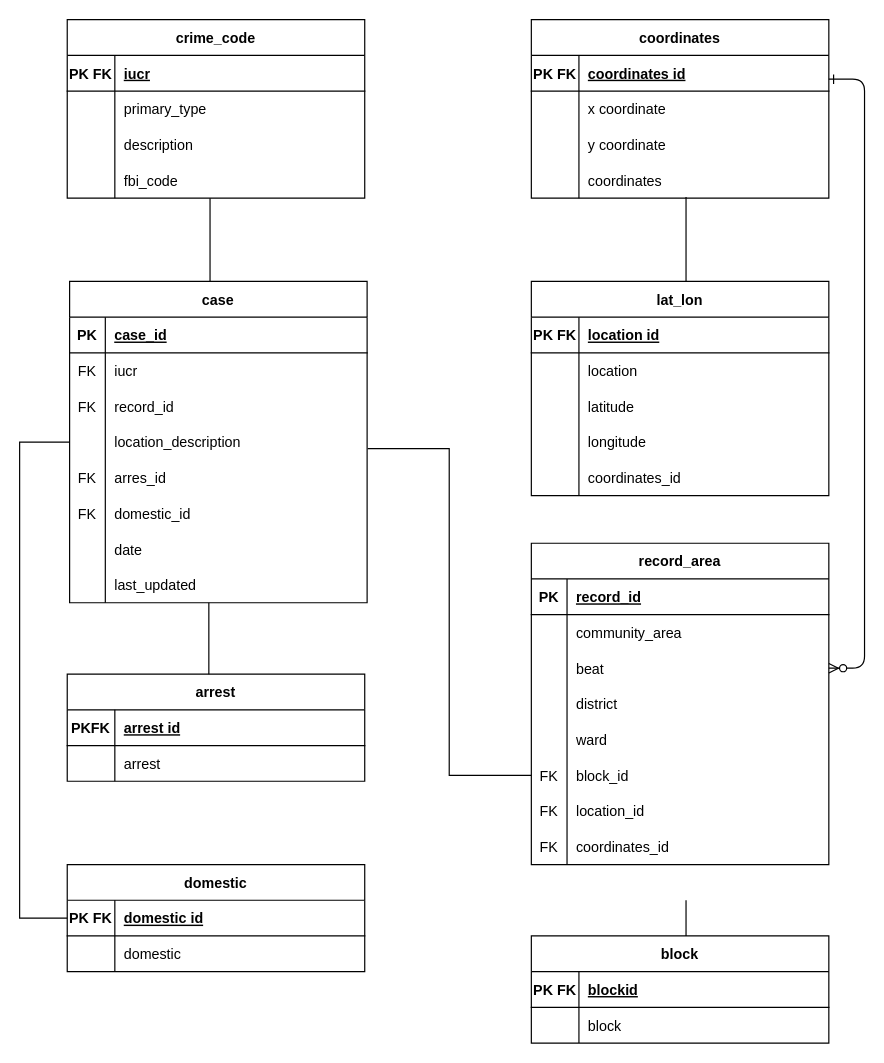
karenlrl/Data-Story keeps this draw.io diagram as mod7.drawio. Above is the earlier version. Source tidied: cells renumbered, new cells numbered last; positions are measured from the earlier drawing's top-left corner, leaving out a move shared by most shapes. Both pictures are drawn from the tidied source at 119%, with x=0, y=0 at pixel (19, 19).
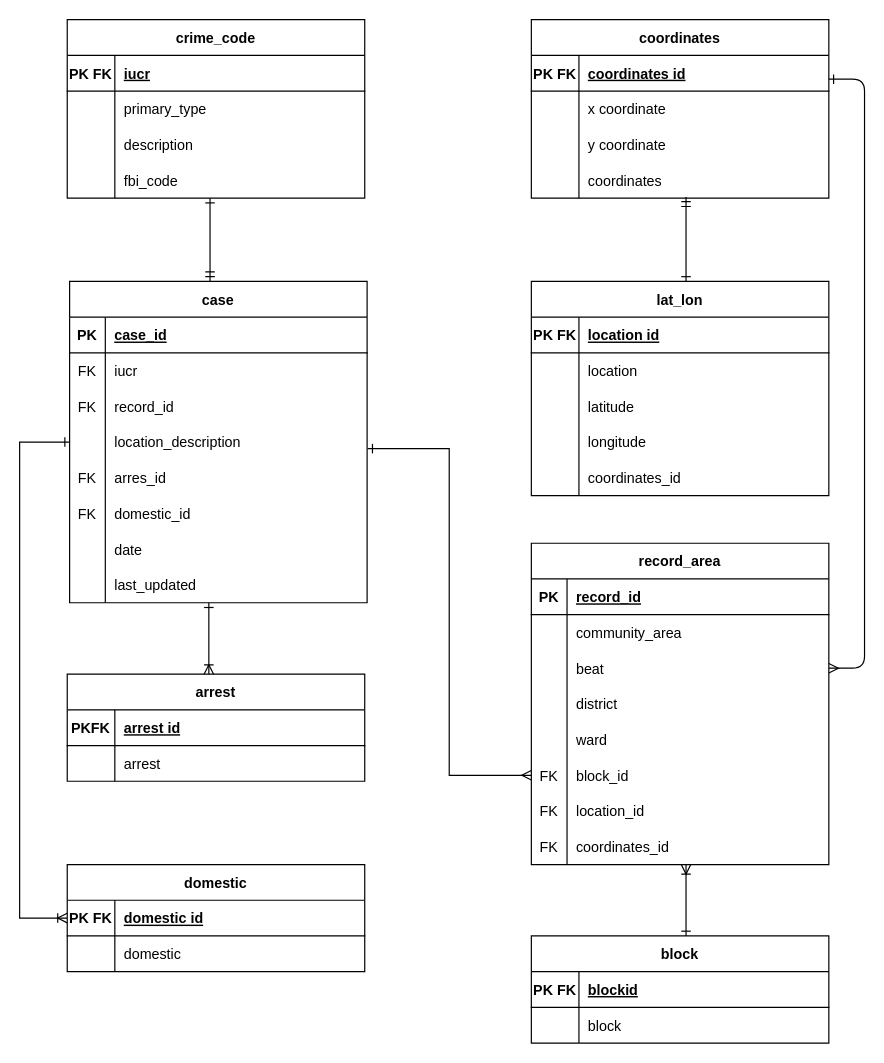
After the change.

Unchanged cells that the change refers to:
```xml
<mxCell id="12" style="shape=partialRectangle;fillColor=none;points=[[0,0.5],[1,0.5]];portConstraint=eastwest;top=0;left=0;right=0;bottom=0;" parent="2" vertex="1">
  <mxGeometry y="120" width="250" height="30" as="geometry" />
</mxCell>
<mxCell id="54" style="shape=partialRectangle;fillColor=none;points=[[0,0.5],[1,0.5]];portConstraint=eastwest;top=0;left=0;right=0;bottom=0;" parent="44" vertex="1">
  <mxGeometry y="120" width="250" height="30" as="geometry" />
</mxCell>
<mxCell id="57" style="shape=partialRectangle;fillColor=none;points=[[0,0.5],[1,0.5]];portConstraint=eastwest;top=0;left=0;right=0;bottom=0;" parent="44" vertex="1">
  <mxGeometry y="150" width="250" height="30" as="geometry" />
</mxCell>
<mxCell id="83" style="shape=partialRectangle;fillColor=none;points=[[0,0.5],[1,0.5]];portConstraint=eastwest;top=0;left=0;right=0;bottom=0;" parent="76" vertex="1">
  <mxGeometry y="90" width="250" height="30" as="geometry" />
</mxCell>
<mxCell id="92" style="shape=partialRectangle;fillColor=none;points=[[0,0.5],[1,0.5]];portConstraint=eastwest;top=0;left=0;right=0;bottom=0;" parent="76" vertex="1">
  <mxGeometry y="180" width="250" height="30" as="geometry" />
</mxCell>
<mxCell id="101" value="arrest" style="shape=table;startSize=30;childLayout=tableLayout;rowLines=0;fontStyle=1;align=center;" parent="1" vertex="1">
  <mxGeometry x="40" y="550" width="250" height="90" as="geometry" />
</mxCell>
<mxCell id="109" style="shape=partialRectangle;fillColor=none;points=[[0,0.5],[1,0.5]];portConstraint=eastwest;top=0;left=0;right=0;bottom=1;" parent="108" vertex="1">
  <mxGeometry y="30" width="250" height="30" as="geometry" />
</mxCell>
```

The edit, as a diff of the source:
```diff
@@
-    <mxCell id="115" style="edgeStyle=entityRelationEdgeStyle;endArrow=ERzeroToMany;startArrow=ERone;endFill=1;startFill=0;entryX=1;entryY=0.5;entryDx=0;entryDy=0;" parent="1" edge="1" target="83">
+    <mxCell id="115" style="edgeStyle=entityRelationEdgeStyle;endArrow=ERmany;startArrow=ERone;endFill=0;startFill=0;entryX=1;entryY=0.5;entryDx=0;entryDy=0;" parent="1" edge="1" target="83">
       <mxGeometry relative="1" as="geometry">
         <mxPoint x="680" y="50" as="sourcePoint" />
       </mxGeometry>
     </mxCell>
-    <mxCell id="116" style="endArrow=none;html=1;rounded=0;entryX=0.52;entryY=0.967;entryDx=0;entryDy=0;entryPerimeter=0;" parent="1" edge="1" target="12">
+    <mxCell id="116" style="endArrow=ERmandOne;html=1;rounded=0;entryX=0.52;entryY=0.967;entryDx=0;entryDy=0;entryPerimeter=0;startArrow=ERone;startFill=0;endFill=0;" parent="1" edge="1" target="12">
       <mxGeometry relative="1" as="geometry">
         <mxPoint x="560" y="220" as="sourcePoint" />
       </mxGeometry>
     </mxCell>
-    <mxCell id="117" style="endArrow=none;html=1;rounded=0;" parent="1" edge="1">
+    <mxCell id="117" style="endArrow=ERoneToMany;html=1;rounded=0;startArrow=ERone;startFill=0;endFill=0;" parent="1" edge="1">
       <mxGeometry relative="1" as="geometry">
         <mxPoint x="560" y="770" as="sourcePoint" />
-        <mxPoint x="560" y="740" as="targetPoint" />
+        <mxPoint x="560" y="710" as="targetPoint" />
       </mxGeometry>
     </mxCell>
-    <mxCell id="118" style="endArrow=none;html=1;rounded=0;exitX=1.002;exitY=-0.318;exitDx=0;exitDy=0;exitPerimeter=0;entryX=0;entryY=0.5;entryDx=0;entryDy=0;edgeStyle=orthogonalEdgeStyle;" parent="1" edge="1" source="57" target="92">
-      <mxGeometry relative="1" as="geometry" />
-    </mxCell>
-    <mxCell id="119" style="endArrow=none;html=1;rounded=0;exitX=0;exitY=0.5;exitDx=0;exitDy=0;entryX=0;entryY=0.5;entryDx=0;entryDy=0;edgeStyle=orthogonalEdgeStyle;" parent="1" edge="1" source="54" target="109">
+    <mxCell id="119" style="endArrow=ERoneToMany;html=1;rounded=0;exitX=0;exitY=0.5;exitDx=0;exitDy=0;entryX=0;entryY=0.5;entryDx=0;entryDy=0;edgeStyle=orthogonalEdgeStyle;endFill=0;startArrow=ERone;startFill=0;" parent="1" edge="1" source="54" target="109">
       <mxGeometry relative="1" as="geometry">
         <Array as="points">
           <mxPoint y="355" />
           <mxPoint y="755" />
         </Array>
       </mxGeometry>
     </mxCell>
-    <mxCell id="120" style="endArrow=none;html=1;rounded=0;exitX=0.476;exitY=0.002;exitDx=0;exitDy=0;exitPerimeter=0;" parent="1" edge="1" source="101">
+    <mxCell id="120" style="endArrow=ERone;html=1;rounded=0;exitX=0.476;exitY=0.002;exitDx=0;exitDy=0;exitPerimeter=0;endFill=0;startArrow=ERoneToMany;startFill=0;" parent="1" edge="1" source="101">
       <mxGeometry relative="1" as="geometry">
         <mxPoint x="159" y="490" as="targetPoint" />
       </mxGeometry>
     </mxCell>
-    <mxCell id="121" style="endArrow=none;html=1;rounded=0;" parent="1" edge="1">
+    <mxCell id="121" style="endArrow=ERone;html=1;rounded=0;endFill=0;startArrow=ERmandOne;startFill=0;" parent="1" edge="1">
       <mxGeometry relative="1" as="geometry">
         <mxPoint x="160" y="220" as="sourcePoint" />
         <mxPoint x="160" y="150" as="targetPoint" />
       </mxGeometry>
     </mxCell>
+    <mxCell id="118" style="endArrow=ERmany;html=1;rounded=0;exitX=1.002;exitY=-0.318;exitDx=0;exitDy=0;entryX=0;entryY=0.5;entryDx=0;entryDy=0;edgeStyle=orthogonalEdgeStyle;startArrow=ERone;startFill=0;endFill=0;exitPerimeter=0;" parent="1" edge="1" source="57" target="92">
+      <mxGeometry relative="1" as="geometry" />
+    </mxCell>
```
